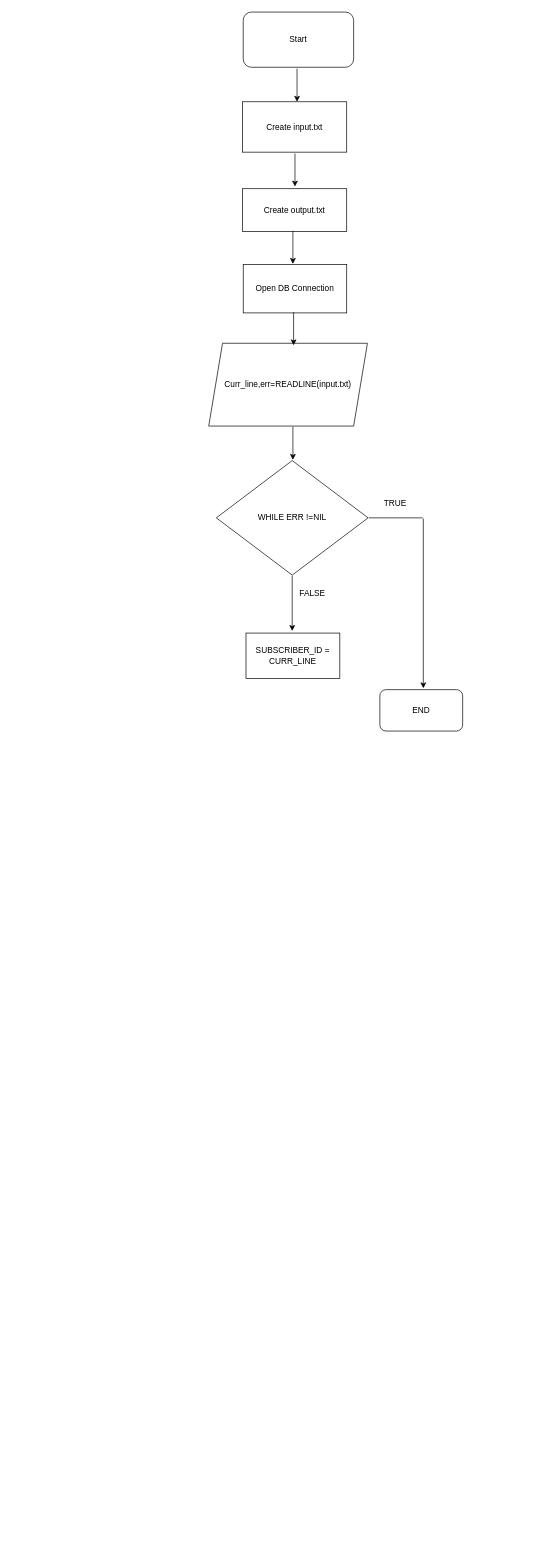
Earlier version of the draw.io diagram Untitled Diagram.drawio (amit-jha99/cv). Source tidied: cells renumbered, new cells numbered last; positions are measured from the earlier drawing's top-left corner, leaving out a move shared by most shapes. Both pictures are drawn from the tidied source at 69%, with x=0, y=0 at pixel (208, 12).
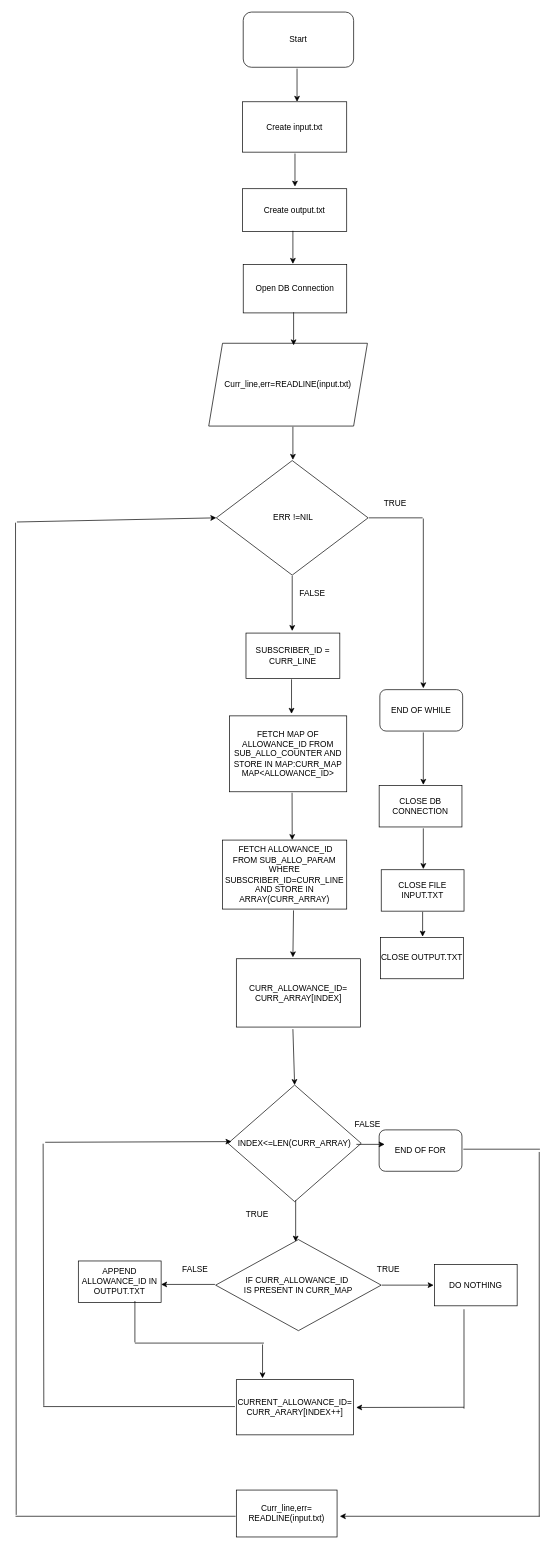
After the change.

The edit, as a diff of the source:
```diff
@@
-    <mxCell id="12" value="WHILE ERR !=NIL" style="rhombus;whiteSpace=wrap;html=1;" parent="1" vertex="1">
+    <mxCell id="12" value="&amp;nbsp;ERR !=NIL" style="rhombus;whiteSpace=wrap;html=1;" parent="1" vertex="1">
       <mxGeometry x="11" y="650" width="220" height="166" as="geometry" />
     </mxCell>
@@
-    <mxCell id="16" value="END" style="rounded=1;whiteSpace=wrap;html=1;" parent="1" vertex="1">
+    <mxCell id="16" value="END OF WHILE" style="rounded=1;whiteSpace=wrap;html=1;" parent="1" vertex="1">
       <mxGeometry x="248" y="982" width="120" height="60" as="geometry" />
     </mxCell>
@@
+    <mxCell id="20" style="endArrow=classic;html=1;rounded=0;" parent="1" edge="1">
+      <mxGeometry relative="1" as="geometry">
+        <mxPoint x="120" y="967" as="sourcePoint" />
+        <mxPoint x="120" y="1017" as="targetPoint" />
+      </mxGeometry>
+    </mxCell>
+    <mxCell id="21" value="FETCH MAP OF ALLOWANCE_ID FROM SUB_ALLO_COUNTER AND STORE IN MAP:CURR_MAP MAP&amp;lt;ALLOWANCE_ID&amp;gt;" style="rounded=0;whiteSpace=wrap;html=1;" parent="1" vertex="1">
+      <mxGeometry x="30" y="1020" width="170" height="110" as="geometry" />
+    </mxCell>
+    <mxCell id="22" style="endArrow=classic;html=1;rounded=0;exitX=0.587;exitY=1.031;exitDx=0;exitDy=0;exitPerimeter=0;" parent="1" edge="1">
+      <mxGeometry relative="1" as="geometry">
+        <mxPoint x="120.8" y="1131.4" as="sourcePoint" />
+        <mxPoint x="121" y="1200" as="targetPoint" />
+      </mxGeometry>
+    </mxCell>
+    <mxCell id="23" value="&amp;nbsp;FETCH ALLOWANCE_ID FROM SUB_ALLO_PARAM WHERE SUBSCRIBER_ID=CURR_LINE AND STORE IN ARRAY(CURR_ARRAY)" style="rounded=0;whiteSpace=wrap;html=1;" parent="1" vertex="1">
+      <mxGeometry x="20" y="1200" width="180" height="100" as="geometry" />
+    </mxCell>
+    <mxCell id="24" style="endArrow=classic;html=1;rounded=0;exitX=0.616;exitY=1.039;exitDx=0;exitDy=0;exitPerimeter=0;" parent="1" edge="1">
+      <mxGeometry relative="1" as="geometry">
+        <mxPoint x="122.9" y="1301.9" as="sourcePoint" />
+        <mxPoint x="122" y="1370" as="targetPoint" />
+      </mxGeometry>
+    </mxCell>
+    <mxCell id="25" value="INDEX&amp;lt;=LEN(CURR_ARRAY)" style="rhombus;whiteSpace=wrap;html=1;" parent="1" vertex="1">
+      <mxGeometry x="28" y="1555" width="193" height="169" as="geometry" />
+    </mxCell>
+    <mxCell id="26" value="END OF FOR" style="rounded=1;whiteSpace=wrap;html=1;" parent="1" vertex="1">
+      <mxGeometry x="247" y="1620" width="120" height="60" as="geometry" />
+    </mxCell>
+    <mxCell id="27" value="CURR_ALLOWANCE_ID=&lt;div&gt;CURR_ARRAY[INDEX]&lt;/div&gt;" style="rounded=0;whiteSpace=wrap;html=1;" parent="1" vertex="1">
+      <mxGeometry x="40" y="1372" width="180" height="99" as="geometry" />
+    </mxCell>
+    <mxCell id="28" value="IF CURR_ALLOWANCE_ID&amp;nbsp;&lt;div&gt;IS PRESENT IN CURR_MAP&lt;/div&gt;" style="rhombus;whiteSpace=wrap;html=1;" parent="1" vertex="1">
+      <mxGeometry x="10" y="1779" width="240" height="132" as="geometry" />
+    </mxCell>
+    <mxCell id="29" style="endArrow=classic;html=1;rounded=0;" parent="1" edge="1">
+      <mxGeometry relative="1" as="geometry">
+        <mxPoint x="251" y="1845" as="sourcePoint" />
+        <mxPoint x="326" y="1845" as="targetPoint" />
+      </mxGeometry>
+    </mxCell>
+    <mxCell id="30" value="DO NOTHING" style="rounded=0;whiteSpace=wrap;html=1;" parent="1" vertex="1">
+      <mxGeometry x="327" y="1815" width="120" height="60" as="geometry" />
+    </mxCell>
+    <mxCell id="31" value="TRUE" style="text;html=1;align=center;verticalAlign=middle;strokeColor=none;fillColor=none;" parent="1" vertex="1">
+      <mxGeometry x="230" y="1808" width="60" height="30" as="geometry" />
+    </mxCell>
+    <mxCell id="32" style="endArrow=classic;html=1;rounded=0;" parent="1" edge="1">
+      <mxGeometry relative="1" as="geometry">
+        <mxPoint x="9" y="1844" as="sourcePoint" />
+        <mxPoint x="-69" y="1844" as="targetPoint" />
+      </mxGeometry>
+    </mxCell>
+    <mxCell id="33" value="FALSE" style="text;html=1;align=center;verticalAlign=middle;strokeColor=none;fillColor=none;" parent="1" vertex="1">
+      <mxGeometry x="-50" y="1808" width="60" height="30" as="geometry" />
+    </mxCell>
+    <mxCell id="34" value="APPEND ALLOWANCE_ID IN&lt;div&gt;OUTPUT.TXT&lt;/div&gt;" style="rounded=0;whiteSpace=wrap;html=1;" parent="1" vertex="1">
+      <mxGeometry x="-189" y="1810" width="120" height="60" as="geometry" />
+    </mxCell>
+    <mxCell id="35" value="CURRENT_ALLOWANCE_ID=&lt;div&gt;CURR_ARARY[INDEX++]&lt;/div&gt;" style="rounded=0;whiteSpace=wrap;html=1;" parent="1" vertex="1">
+      <mxGeometry x="40" y="1982" width="170" height="80" as="geometry" />
+    </mxCell>
+    <mxCell id="36" style="endArrow=none;html=1;rounded=0;" parent="1" edge="1">
+      <mxGeometry relative="1" as="geometry">
+        <mxPoint x="-240" y="2021" as="sourcePoint" />
+        <mxPoint x="38" y="2021" as="targetPoint" />
+      </mxGeometry>
+    </mxCell>
+    <mxCell id="37" style="endArrow=none;html=1;rounded=0;" parent="1" edge="1">
+      <mxGeometry relative="1" as="geometry">
+        <mxPoint x="-239" y="2020" as="sourcePoint" />
+        <mxPoint x="-240" y="1640" as="targetPoint" />
+      </mxGeometry>
+    </mxCell>
+    <mxCell id="38" value="Curr_line,err=&lt;div&gt;READLINE(input.txt)&lt;br&gt;&lt;/div&gt;" style="rounded=0;whiteSpace=wrap;html=1;" parent="1" vertex="1">
+      <mxGeometry x="40" y="2142" width="146" height="68" as="geometry" />
+    </mxCell>
+    <mxCell id="39" style="endArrow=none;html=1;rounded=0;" parent="1" edge="1">
+      <mxGeometry relative="1" as="geometry">
+        <mxPoint x="369" y="1648" as="sourcePoint" />
+        <mxPoint x="480" y="1648" as="targetPoint" />
+      </mxGeometry>
+    </mxCell>
+    <mxCell id="40" style="endArrow=none;html=1;rounded=0;" parent="1" edge="1">
+      <mxGeometry relative="1" as="geometry">
+        <mxPoint x="479" y="2180" as="sourcePoint" />
+        <mxPoint x="479" y="1652" as="targetPoint" />
+      </mxGeometry>
+    </mxCell>
+    <mxCell id="41" style="endArrow=classic;html=1;rounded=0;" parent="1" edge="1">
+      <mxGeometry relative="1" as="geometry">
+        <mxPoint x="480" y="2180" as="sourcePoint" />
+        <mxPoint x="190" y="2180" as="targetPoint" />
+      </mxGeometry>
+    </mxCell>
+    <mxCell id="42" style="endArrow=none;html=1;rounded=0;" parent="1" edge="1">
+      <mxGeometry relative="1" as="geometry">
+        <mxPoint x="-280" y="2180" as="sourcePoint" />
+        <mxPoint x="39" y="2180" as="targetPoint" />
+      </mxGeometry>
+    </mxCell>
+    <mxCell id="43" style="endArrow=none;html=1;rounded=0;" parent="1" edge="1">
+      <mxGeometry relative="1" as="geometry">
+        <mxPoint x="-279" y="2178" as="sourcePoint" />
+        <mxPoint x="-280" y="740" as="targetPoint" />
+      </mxGeometry>
+    </mxCell>
+    <mxCell id="44" style="endArrow=classic;html=1;rounded=0;entryX=0;entryY=0.5;entryDx=0;entryDy=0;" parent="1" edge="1" target="12">
+      <mxGeometry relative="1" as="geometry">
+        <mxPoint x="-278" y="739" as="sourcePoint" />
+      </mxGeometry>
+    </mxCell>
+    <mxCell id="45" style="endArrow=classic;html=1;rounded=0;" parent="1" edge="1">
+      <mxGeometry relative="1" as="geometry">
+        <mxPoint x="311" y="1044" as="sourcePoint" />
+        <mxPoint x="311" y="1120" as="targetPoint" />
+      </mxGeometry>
+    </mxCell>
+    <mxCell id="46" value="CLOSE DB CONNECTION" style="rounded=0;whiteSpace=wrap;html=1;" parent="1" vertex="1">
+      <mxGeometry x="247" y="1121" width="120" height="60" as="geometry" />
+    </mxCell>
+    <mxCell id="47" style="endArrow=classic;html=1;rounded=0;" parent="1" edge="1">
+      <mxGeometry relative="1" as="geometry">
+        <mxPoint x="311" y="1183" as="sourcePoint" />
+        <mxPoint x="311" y="1242" as="targetPoint" />
+      </mxGeometry>
+    </mxCell>
+    <mxCell id="48" value="CLOSE FILE&lt;div&gt;INPUT.TXT&lt;/div&gt;" style="rounded=0;whiteSpace=wrap;html=1;" parent="1" vertex="1">
+      <mxGeometry x="250" y="1243" width="120" height="60" as="geometry" />
+    </mxCell>
+    <mxCell id="49" style="endArrow=classic;html=1;rounded=0;" parent="1" edge="1">
+      <mxGeometry relative="1" as="geometry">
+        <mxPoint x="310" y="1304" as="sourcePoint" />
+        <mxPoint x="310" y="1340" as="targetPoint" />
+      </mxGeometry>
+    </mxCell>
+    <mxCell id="50" value="CLOSE OUTPUT.TXT" style="rounded=0;whiteSpace=wrap;html=1;" parent="1" vertex="1">
+      <mxGeometry x="249" y="1341" width="120" height="60" as="geometry" />
+    </mxCell>
+    <mxCell id="51" style="endArrow=none;html=1;rounded=0;entryX=0.358;entryY=1.083;entryDx=0;entryDy=0;entryPerimeter=0;" parent="1" edge="1" target="30">
+      <mxGeometry relative="1" as="geometry">
+        <mxPoint x="370" y="2024" as="sourcePoint" />
+      </mxGeometry>
+    </mxCell>
+    <mxCell id="52" style="endArrow=classic;html=1;rounded=0;entryX=1.022;entryY=0.404;entryDx=0;entryDy=0;entryPerimeter=0;" parent="1" edge="1">
+      <mxGeometry relative="1" as="geometry">
+        <mxPoint x="370" y="2022" as="sourcePoint" />
+        <mxPoint x="213.7" y="2022.3" as="targetPoint" />
+      </mxGeometry>
+    </mxCell>
+    <mxCell id="53" style="endArrow=none;html=1;rounded=0;" parent="1" edge="1">
+      <mxGeometry relative="1" as="geometry">
+        <mxPoint x="-107" y="1928" as="sourcePoint" />
+        <mxPoint x="-107" y="1868" as="targetPoint" />
+      </mxGeometry>
+    </mxCell>
+    <mxCell id="54" style="endArrow=none;html=1;rounded=0;" parent="1" edge="1">
+      <mxGeometry relative="1" as="geometry">
+        <mxPoint x="-107" y="1929" as="sourcePoint" />
+        <mxPoint x="80" y="1929" as="targetPoint" />
+      </mxGeometry>
+    </mxCell>
+    <mxCell id="55" style="endArrow=classic;html=1;rounded=0;" parent="1" edge="1">
+      <mxGeometry relative="1" as="geometry">
+        <mxPoint x="78" y="1931" as="sourcePoint" />
+        <mxPoint x="78" y="1980" as="targetPoint" />
+      </mxGeometry>
+    </mxCell>
+    <mxCell id="56" style="endArrow=classic;html=1;rounded=0;entryX=0.5;entryY=0;entryDx=0;entryDy=0;" parent="1" edge="1" target="25">
+      <mxGeometry relative="1" as="geometry">
+        <mxPoint x="122" y="1474" as="sourcePoint" />
+      </mxGeometry>
+    </mxCell>
+    <mxCell id="57" style="endArrow=classic;html=1;rounded=0;" parent="1" edge="1">
+      <mxGeometry relative="1" as="geometry">
+        <mxPoint x="126" y="1722" as="sourcePoint" />
+        <mxPoint x="126" y="1782" as="targetPoint" />
+      </mxGeometry>
+    </mxCell>
+    <mxCell id="58" value="TRUE" style="text;html=1;align=center;verticalAlign=middle;strokeColor=none;fillColor=none;" parent="1" vertex="1">
+      <mxGeometry x="40" y="1728" width="60" height="30" as="geometry" />
+    </mxCell>
+    <mxCell id="59" style="endArrow=classic;html=1;rounded=0;" parent="1" edge="1">
+      <mxGeometry relative="1" as="geometry">
+        <mxPoint x="214" y="1641" as="sourcePoint" />
+        <mxPoint x="255" y="1641" as="targetPoint" />
+      </mxGeometry>
+    </mxCell>
+    <mxCell id="60" value="FALSE" style="text;html=1;align=center;verticalAlign=middle;strokeColor=none;fillColor=none;" parent="1" vertex="1">
+      <mxGeometry x="200" y="1598" width="60" height="30" as="geometry" />
+    </mxCell>
+    <mxCell id="61" style="endArrow=classic;html=1;rounded=0;" parent="1" edge="1">
+      <mxGeometry relative="1" as="geometry">
+        <mxPoint x="-237" y="1638" as="sourcePoint" />
+        <mxPoint x="33" y="1637" as="targetPoint" />
+      </mxGeometry>
+    </mxCell>
```
